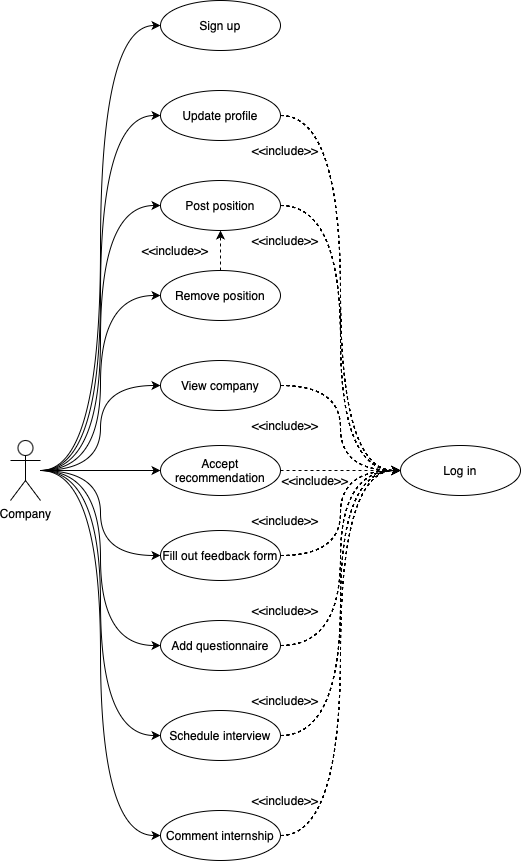
This is RASD/images/use-case-diagrams/company.png from andreacarrara-polimi/RDD-SE2-POLIMI, a draw.io export, as it was before one commit. Source tidied: cells renumbered, new cells last; positions are measured from the earlier drawing's top-left corner, leaving out a move shared by most shapes.
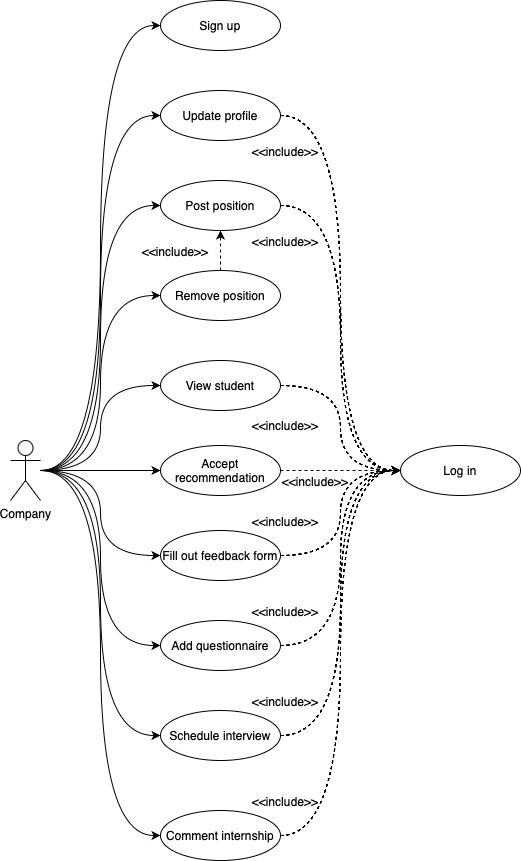
The same diagram one commit later.

Change to the diagram source:
```diff
@@ -76,7 +76,7 @@
     <mxCell id="23" style="edgeStyle=orthogonalEdgeStyle;rounded=0;jettySize=auto;html=1;entryX=0;entryY=0.5;entryDx=0;entryDy=0;dashed=1;curved=1;" parent="1" edge="1" source="24" target="13">
       <mxGeometry relative="1" as="geometry" />
     </mxCell>
-    <mxCell id="24" value="View company" style="ellipse;whiteSpace=wrap;html=1;" parent="1" vertex="1">
+    <mxCell id="24" value="View student" style="ellipse;whiteSpace=wrap;html=1;" parent="1" vertex="1">
       <mxGeometry x="150" y="360" width="120" height="50" as="geometry" />
     </mxCell>
     <mxCell id="25" style="rounded=0;jettySize=auto;html=1;entryX=0;entryY=0.5;entryDx=0;entryDy=0;dashed=1;" parent="1" edge="1" source="26" target="13">
```
